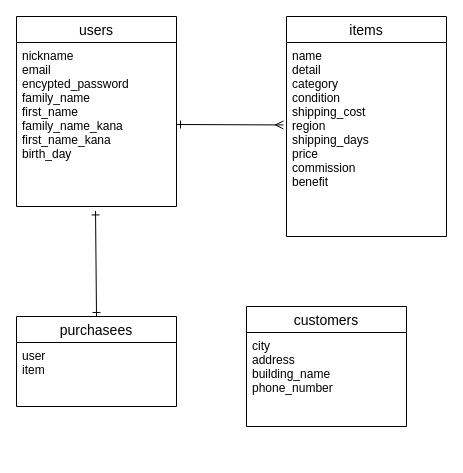
The draw.io diagram app/views/test.dio in maron75/furima-37920, before the edit. Source tidied: cells renumbered, new cells numbered last; positions are measured from the earlier drawing's top-left corner, leaving out a move shared by most shapes. Both pictures are drawn from the tidied source at 100%, with x=0, y=0 at pixel (16, 16).
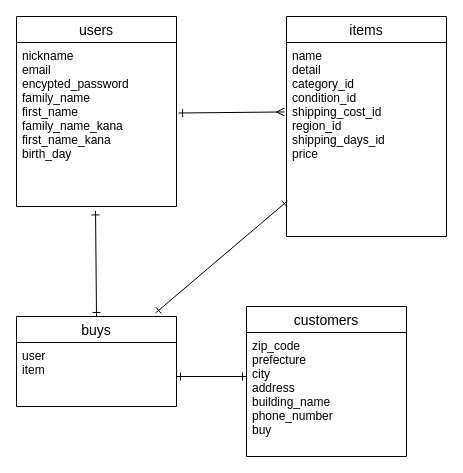
After the change.

The edit, as a diff of the source:
```diff
@@
 <mxGraphModel>
   <root>
     <mxCell id="0" />
     <mxCell id="1" parent="0" />
     <mxCell id="2" value="users" style="swimlane;fontStyle=0;horizontal=1;startSize=26;align=center;fontSize=14;" parent="1" vertex="1">
       <mxGeometry width="160" height="190" as="geometry" />
     </mxCell>
     <mxCell id="3" value="nickname&#10;email&#10;encypted_password&#10;family_name&#10;first_name&#10;family_name_kana&#10;first_name_kana&#10;birth_day&#10;" style="text;strokeColor=none;fillColor=none;spacingLeft=4;spacingRight=4;overflow=hidden;points=[[0,0.5],[1,0.5]];portConstraint=eastwest;fontSize=12;" parent="2" vertex="1">
       <mxGeometry y="26" width="160" height="164" as="geometry" />
     </mxCell>
     <mxCell id="4" value="items" style="swimlane;fontStyle=0;horizontal=1;startSize=26;align=center;fontSize=14;" parent="1" vertex="1">
       <mxGeometry x="270" width="160" height="220" as="geometry" />
     </mxCell>
-    <mxCell id="5" value="name&#10;detail&#10;category&#10;condition&#10;shipping_cost&#10;region&#10;shipping_days&#10;price&#10;commission&#10;benefit" style="text;strokeColor=none;fillColor=none;spacingLeft=4;spacingRight=4;overflow=hidden;points=[[0,0.5],[1,0.5]];portConstraint=eastwest;fontSize=12;" parent="4" vertex="1">
+    <mxCell id="5" value="name&#10;detail&#10;category_id&#10;condition_id&#10;shipping_cost_id&#10;region_id&#10;shipping_days_id&#10;price&#10;" style="text;strokeColor=none;fillColor=none;spacingLeft=4;spacingRight=4;overflow=hidden;points=[[0,0.5],[1,0.5]];portConstraint=eastwest;fontSize=12;" parent="4" vertex="1">
       <mxGeometry y="26" width="160" height="194" as="geometry" />
     </mxCell>
-    <mxCell id="6" value="purchasees" style="swimlane;fontStyle=0;horizontal=1;startSize=26;align=center;fontSize=14;" parent="1" vertex="1">
+    <mxCell id="6" value="buys" style="swimlane;fontStyle=0;horizontal=1;startSize=26;align=center;fontSize=14;" parent="1" vertex="1">
       <mxGeometry y="300" width="160" height="90" as="geometry" />
     </mxCell>
     <mxCell id="7" value="user&#10;item" style="text;strokeColor=none;fillColor=none;spacingLeft=4;spacingRight=4;overflow=hidden;fontSize=12;" parent="6" vertex="1">
       <mxGeometry y="26" width="160" height="64" as="geometry" />
     </mxCell>
-    <mxCell id="8" style="edgeStyle=none;html=1;exitX=1;exitY=0.5;exitDx=0;exitDy=0;entryX=-0.019;entryY=0.425;entryDx=0;entryDy=0;entryPerimeter=0;endArrow=ERmany;endFill=0;strokeColor=default;startArrow=ERone;startFill=0;" parent="1" edge="1" source="3" target="5">
-      <mxGeometry relative="1" as="geometry" />
-    </mxCell>
     <mxCell id="9" style="endArrow=ERone;html=1;rounded=0;strokeColor=default;entryX=0.5;entryY=0;entryDx=0;entryDy=0;exitX=0.494;exitY=1.027;exitDx=0;exitDy=0;exitPerimeter=0;startArrow=ERone;startFill=0;endFill=0;" parent="1" edge="1" source="3" target="6">
       <mxGeometry relative="1" as="geometry" />
     </mxCell>
     <mxCell id="10" value="customers" style="swimlane;fontStyle=0;horizontal=1;startSize=26;align=center;fontSize=14;" parent="1" vertex="1">
-      <mxGeometry x="230" y="290" width="160" height="120" as="geometry" />
+      <mxGeometry x="230" y="290" width="160" height="150" as="geometry" />
     </mxCell>
-    <mxCell id="11" value="city&#10;address&#10;building_name&#10;phone_number&#10;" style="text;strokeColor=none;fillColor=none;spacingLeft=4;spacingRight=4;overflow=hidden;fontSize=12;" parent="10" vertex="1">
-      <mxGeometry y="26" width="160" height="94" as="geometry" />
+    <mxCell id="11" value="zip_code&#10;prefecture&#10;city&#10;address&#10;building_name&#10;phone_number&#10;buy&#10;" style="text;strokeColor=none;fillColor=none;spacingLeft=4;spacingRight=4;overflow=hidden;fontSize=12;" parent="1" vertex="1">
+      <mxGeometry x="230" y="316" width="160" height="114" as="geometry" />
     </mxCell>
+    <mxCell id="12" style="endArrow=ERone;html=1;rounded=0;endFill=0;startArrow=ERone;startFill=0;" parent="1" edge="1">
+      <mxGeometry relative="1" as="geometry">
+        <mxPoint x="160" y="360" as="sourcePoint" />
+        <mxPoint x="230" y="360" as="targetPoint" />
+      </mxGeometry>
+    </mxCell>
+    <mxCell id="13" style="endArrow=ERone;html=1;rounded=0;exitX=0.869;exitY=-0.039;exitDx=0;exitDy=0;exitPerimeter=0;entryX=0.006;entryY=0.817;entryDx=0;entryDy=0;entryPerimeter=0;endFill=0;startArrow=ERone;startFill=0;" parent="1" edge="1" source="6" target="5">
+      <mxGeometry relative="1" as="geometry" />
+    </mxCell>
+    <mxCell id="8" style="endArrow=ERmany;html=1;rounded=0;exitX=1.013;exitY=0.43;exitDx=0;exitDy=0;exitPerimeter=0;entryX=-0.012;entryY=0.358;entryDx=0;entryDy=0;entryPerimeter=0;endFill=0;startArrow=ERone;startFill=0;" parent="1" edge="1" source="3" target="5">
+      <mxGeometry relative="1" as="geometry" />
+    </mxCell>
   </root>
 </mxGraphModel>
```
